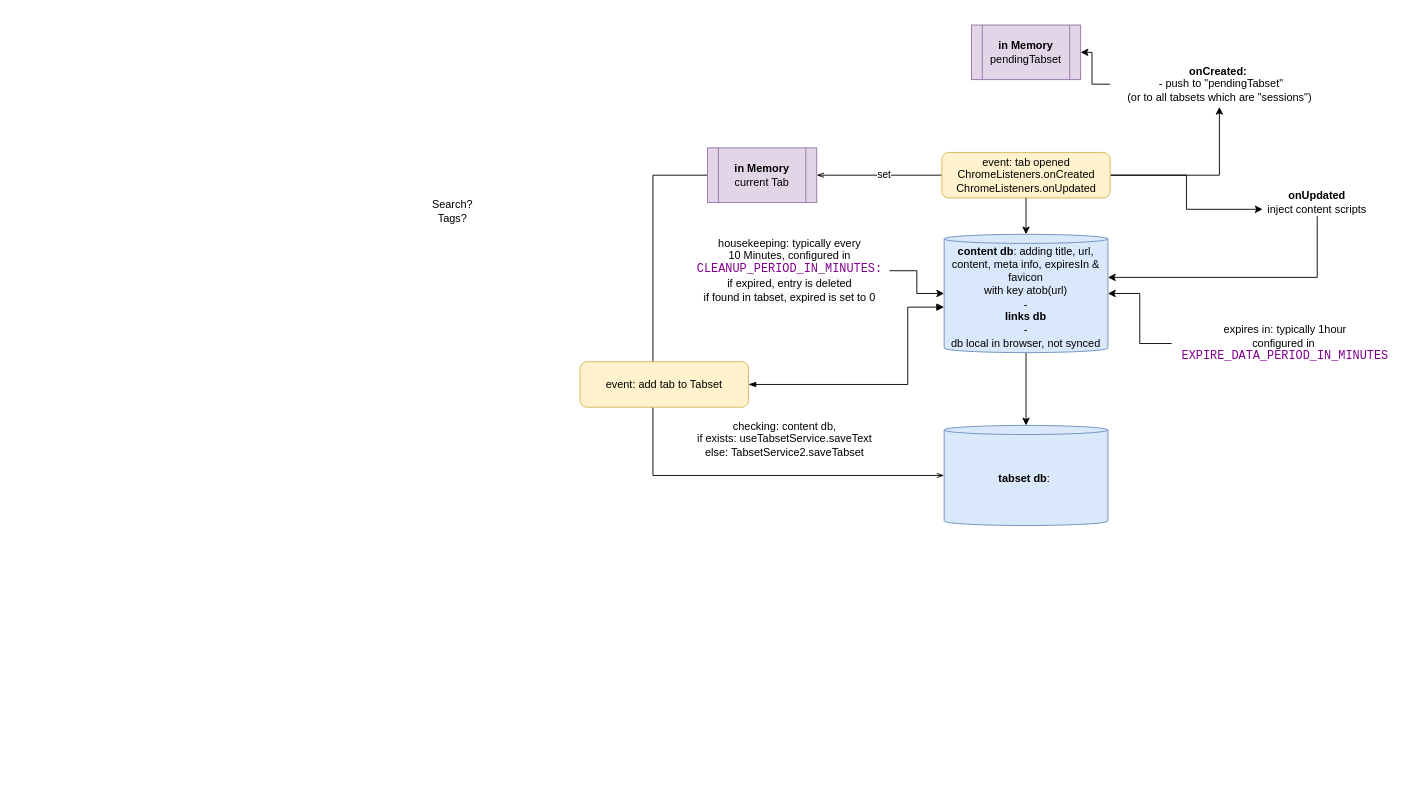
Earlier version of the draw.io diagram docs/drawio/test.drawio (evandor/tabsets). Source tidied: cells renumbered, new cells numbered last; positions are measured from the earlier drawing's top-left corner, leaving out a move shared by most shapes. Both pictures are drawn from the tidied source at 91%, with x=0, y=0 at pixel (425, 25).
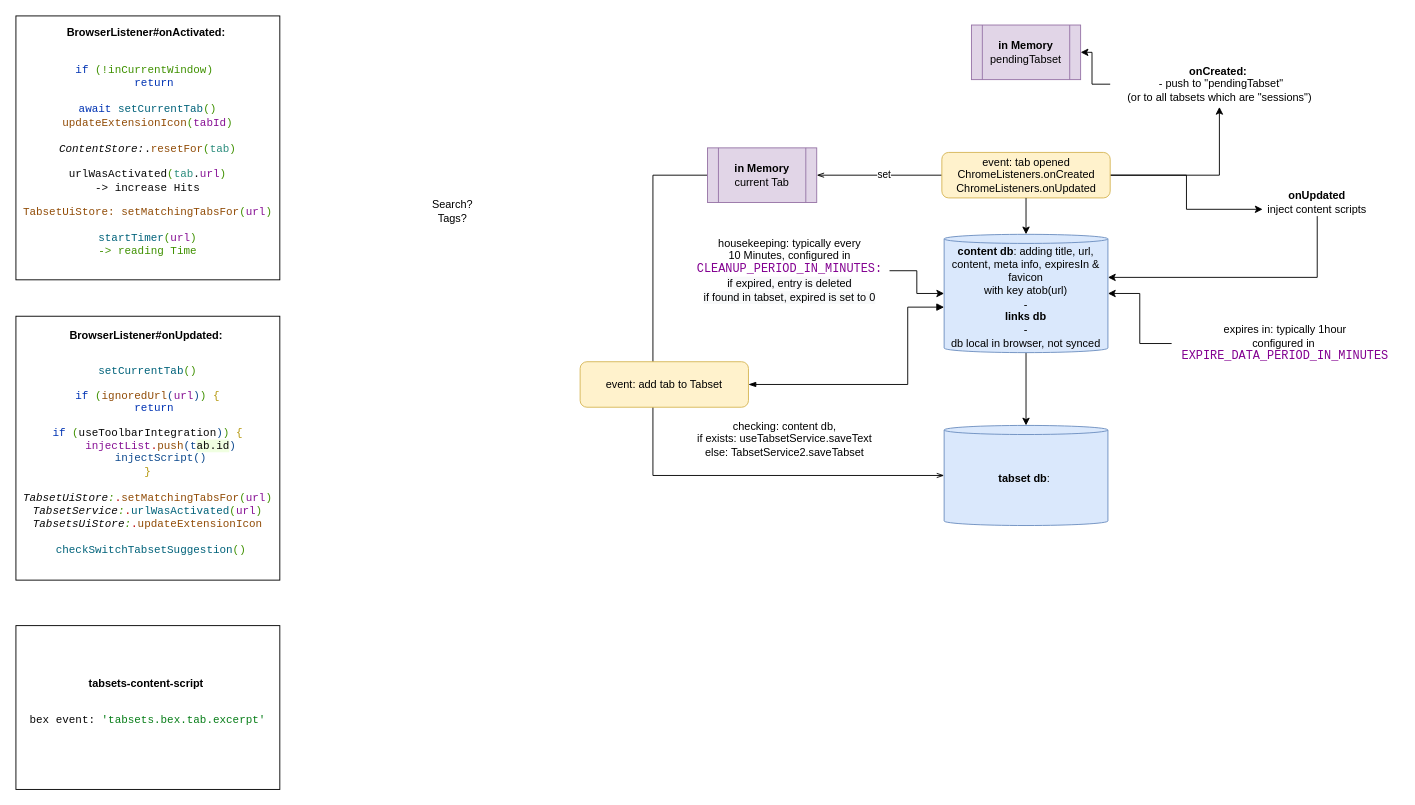
The same page after the edit.

The edit, as a diff of the source:
```diff
@@
+    <mxCell id="26" value="&lt;b&gt;tabsets-content-script&amp;nbsp;&lt;br&gt;&lt;/b&gt;&amp;nbsp;&lt;div&gt;&lt;div style=&quot;background-color: rgb(255, 255, 255); color: rgb(8, 8, 8);&quot;&gt;&lt;pre style=&quot;font-family: &amp;quot;JetBrains Mono&amp;quot;, monospace;&quot;&gt;&lt;font&gt;bex &lt;/font&gt;event&lt;span style=&quot;color: rgb(8, 8, 8); background-color: light-dark(rgb(255, 255, 255), rgb(18, 18, 18)); white-space: normal;&quot;&gt;:&amp;nbsp;&lt;/span&gt;&lt;span style=&quot;background-color: light-dark(rgb(255, 255, 255), rgb(18, 18, 18)); white-space: normal; color: rgb(6, 125, 23);&quot;&gt;'tabsets.bex.tab.excerpt'&lt;/span&gt;&lt;/pre&gt;&lt;/div&gt;&lt;/div&gt;" style="rounded=0;whiteSpace=wrap;html=1;" parent="1" vertex="1">
+      <mxGeometry x="-450" y="660" width="290" height="180" as="geometry" />
+    </mxCell>
+    <mxCell id="27" value="&lt;b&gt;BrowserListener#onActivated:&amp;nbsp;&lt;br&gt;&lt;/b&gt;&amp;nbsp;&lt;div&gt;&lt;div style=&quot;background-color: rgb(255, 255, 255); color: rgb(8, 8, 8);&quot;&gt;&lt;pre style=&quot;font-family: &amp;quot;JetBrains Mono&amp;quot;, monospace;&quot;&gt;&lt;span style=&quot;color: rgb(0, 51, 179);&quot;&gt;if &lt;/span&gt;&lt;span style=&quot;color: rgb(63, 145, 1);&quot;&gt;(&lt;/span&gt;&lt;span style=&quot;color: rgb(63, 145, 1);&quot;&gt;&lt;font&gt;!inCurrentWindow&lt;/font&gt;&lt;/span&gt;&lt;span style=&quot;color: rgb(63, 145, 1);&quot;&gt;) &lt;/span&gt;&lt;span style=&quot;color: rgb(188, 11, 162);&quot;&gt;&lt;br&gt;&lt;/span&gt;&lt;span style=&quot;color: rgb(188, 11, 162);&quot;&gt;  &lt;/span&gt;&lt;span style=&quot;color: rgb(0, 51, 179);&quot;&gt;return&lt;br&gt;&lt;/span&gt;&lt;span style=&quot;color: rgb(188, 11, 162);&quot;&gt;&lt;br&gt;&lt;/span&gt;&lt;span style=&quot;color: rgb(0, 51, 179);&quot;&gt;await &lt;/span&gt;&lt;span style=&quot;color: rgb(0, 98, 122);&quot;&gt;setCurrentTab&lt;/span&gt;&lt;span style=&quot;color: rgb(63, 145, 1);&quot;&gt;()&lt;br&gt;&lt;/span&gt;&lt;span style=&quot;color: rgb(145, 76, 7);&quot;&gt;updateExtensionIcon&lt;/span&gt;&lt;span style=&quot;color: rgb(63, 145, 1);&quot;&gt;(&lt;/span&gt;&lt;span style=&quot;color: rgb(135, 16, 148);&quot;&gt;tabId&lt;/span&gt;&lt;span style=&quot;color: rgb(63, 145, 1);&quot;&gt;)&lt;br&gt;&lt;/span&gt;&lt;span style=&quot;color: rgb(140, 140, 140); font-style: italic;&quot;&gt;&lt;br&gt;&lt;/span&gt;&lt;font&gt;&lt;i&gt;ContentStore:&lt;/i&gt;&lt;/font&gt;&lt;font&gt;.&lt;/font&gt;&lt;span style=&quot;color: rgb(145, 76, 7);&quot;&gt;resetFor&lt;/span&gt;&lt;span style=&quot;color: rgb(63, 145, 1);&quot;&gt;(&lt;/span&gt;&lt;span style=&quot;color: rgb(42, 140, 124);&quot;&gt;tab&lt;/span&gt;&lt;span style=&quot;color: rgb(63, 145, 1);&quot;&gt;)&lt;br&gt;&lt;/span&gt;&lt;br&gt;urlWasActivated&lt;span style=&quot;background-color: light-dark(rgb(255, 255, 255), rgb(18, 18, 18)); white-space: normal; color: rgb(63, 145, 1);&quot;&gt;(&lt;/span&gt;&lt;span style=&quot;background-color: light-dark(rgb(255, 255, 255), rgb(18, 18, 18)); white-space: normal; color: rgb(42, 140, 124);&quot;&gt;tab&lt;/span&gt;&lt;font style=&quot;background-color: light-dark(rgb(255, 255, 255), rgb(18, 18, 18)); white-space: normal;&quot;&gt;.&lt;/font&gt;&lt;span style=&quot;background-color: light-dark(rgb(255, 255, 255), rgb(18, 18, 18)); white-space: normal; color: rgb(135, 16, 148);&quot;&gt;url&lt;/span&gt;&lt;span style=&quot;background-color: light-dark(rgb(255, 255, 255), rgb(18, 18, 18)); white-space: normal; color: rgb(63, 145, 1);&quot;&gt;)&lt;br&gt;&lt;/span&gt;-&amp;gt; increase Hits&lt;/pre&gt;&lt;pre style=&quot;font-family: &amp;quot;JetBrains Mono&amp;quot;, monospace;&quot;&gt;&lt;span style=&quot;color: rgb(145, 76, 7);&quot;&gt;TabsetUiStore: setMatchingTabsFor&lt;/span&gt;&lt;span style=&quot;color: rgb(63, 145, 1);&quot;&gt;(&lt;/span&gt;&lt;span style=&quot;color: rgb(135, 16, 148);&quot;&gt;url&lt;/span&gt;&lt;span style=&quot;color: rgb(63, 145, 1);&quot;&gt;)&lt;/span&gt;&lt;span style=&quot;color: rgb(63, 145, 1);&quot;&gt;&lt;br&gt;&lt;/span&gt;&lt;span style=&quot;color: rgb(0, 98, 122);&quot;&gt;&lt;br&gt;startTimer&lt;/span&gt;&lt;span style=&quot;color: rgb(63, 145, 1);&quot;&gt;(&lt;/span&gt;&lt;span style=&quot;color: rgb(135, 16, 148);&quot;&gt;url&lt;/span&gt;&lt;span style=&quot;color: rgb(63, 145, 1);&quot;&gt;)&lt;br&gt;-&amp;gt; reading Time&lt;/span&gt;&lt;/pre&gt;&lt;/div&gt;&lt;/div&gt;" style="whiteSpace=wrap;html=1;" parent="1" vertex="1">
+      <mxGeometry x="-450" y="-10" width="290" height="290" as="geometry" />
+    </mxCell>
+    <mxCell id="28" value="&lt;b&gt;BrowserListener#onUpdated:&amp;nbsp;&lt;br&gt;&lt;/b&gt;&amp;nbsp;&lt;div&gt;&lt;div style=&quot;background-color: rgb(255, 255, 255); color: rgb(8, 8, 8);&quot;&gt;&lt;pre style=&quot;color: light-dark(rgb(8, 8, 8), rgb(230, 230, 230)); font-family: &amp;quot;JetBrains Mono&amp;quot;, monospace;&quot;&gt;&lt;span style=&quot;color: rgb(0, 98, 122);&quot;&gt;setCurrentTab&lt;/span&gt;&lt;span style=&quot;color: rgb(63, 145, 1);&quot;&gt;()&lt;/span&gt;&lt;/pre&gt;&lt;pre style=&quot;color: light-dark(rgb(8, 8, 8), rgb(230, 230, 230)); font-family: &amp;quot;JetBrains Mono&amp;quot;, monospace;&quot;&gt;&lt;div&gt;&lt;pre style=&quot;font-family:'JetBrains Mono',monospace;font-size:9,8pt;&quot;&gt;&lt;span style=&quot;color: rgb(0, 51, 179);&quot;&gt;if &lt;/span&gt;&lt;span style=&quot;color: rgb(63, 145, 1);&quot;&gt;(&lt;/span&gt;&lt;span style=&quot;color: rgb(145, 76, 7);&quot;&gt;ignoredUrl&lt;/span&gt;&lt;span style=&quot;color: rgb(14, 74, 142);&quot;&gt;(&lt;/span&gt;&lt;span style=&quot;color: rgb(135, 16, 148);&quot;&gt;url&lt;/span&gt;&lt;span style=&quot;color: rgb(14, 74, 142);&quot;&gt;)&lt;/span&gt;&lt;span style=&quot;color: rgb(63, 145, 1);&quot;&gt;) &lt;/span&gt;&lt;span style=&quot;color: rgb(180, 150, 10);&quot;&gt;{&lt;br&gt;&lt;/span&gt;&lt;span style=&quot;color: rgb(180, 150, 10);&quot;&gt;  &lt;/span&gt;&lt;span style=&quot;color: rgb(0, 51, 179);&quot;&gt;return&lt;/span&gt;&lt;/pre&gt;&lt;/div&gt;&lt;/pre&gt;&lt;pre style=&quot;font-family: &amp;quot;JetBrains Mono&amp;quot;, monospace;&quot;&gt;&lt;div style=&quot;&quot;&gt;&lt;pre style=&quot;font-family: &amp;quot;JetBrains Mono&amp;quot;, monospace;&quot;&gt;&lt;span style=&quot;color: rgb(0, 51, 179);&quot;&gt;if &lt;/span&gt;&lt;span style=&quot;color: rgb(63, 145, 1);&quot;&gt;(&lt;/span&gt;&lt;font color=&quot;#080808&quot;&gt;useToolbarIntegration&lt;/font&gt;&lt;span style=&quot;color: rgb(14, 74, 142);&quot;&gt;)&lt;/span&gt;&lt;span style=&quot;color: rgb(63, 145, 1);&quot;&gt;) &lt;/span&gt;&lt;span style=&quot;color: rgb(180, 150, 10);&quot;&gt;{&lt;br&gt;&lt;/span&gt;&lt;span style=&quot;color: rgb(180, 150, 10);&quot;&gt;  &lt;/span&gt;&lt;span style=&quot;color: rgb(140, 140, 140); font-style: italic;&quot;&gt;  &lt;/span&gt;&lt;span style=&quot;color: rgb(135, 16, 148);&quot;&gt;injectList&lt;/span&gt;&lt;font color=&quot;rgba(0, 0, 0, 0)&quot;&gt;.&lt;/font&gt;&lt;span style=&quot;color: rgb(145, 76, 7);&quot;&gt;push&lt;/span&gt;&lt;span style=&quot;color: rgb(14, 74, 142);&quot;&gt;(t&lt;/span&gt;&lt;span style=&quot;color: light-dark(rgb(8, 8, 8), rgb(230, 230, 230)); background-color: rgb(240, 255, 225);&quot;&gt;ab.id&lt;/span&gt;&lt;span style=&quot;color: rgb(14, 74, 142);&quot;&gt;)&lt;br&gt;&lt;/span&gt;&lt;span style=&quot;color: rgb(14, 74, 142);&quot;&gt;  &lt;/span&gt;&lt;span style=&quot;color: rgb(14, 74, 142);&quot;&gt;  injectScript()&lt;/span&gt;&lt;span style=&quot;color: rgb(140, 140, 140); font-style: italic;&quot;&gt;&lt;br&gt;&lt;/span&gt;&lt;span style=&quot;color: rgb(180, 150, 10);&quot;&gt;}&lt;br&gt;&lt;br&gt;&lt;/span&gt;&lt;span style=&quot;color: rgb(63, 145, 1);&quot;&gt;&lt;i style=&quot;&quot;&gt;&lt;font color=&quot;#080808&quot;&gt;TabsetUiStore&lt;/font&gt;&lt;font color=&quot;#3f9101&quot;&gt;:&lt;/font&gt;&lt;/i&gt;&lt;/span&gt;&lt;font color=&quot;rgba(0, 0, 0, 0)&quot;&gt;.&lt;/font&gt;&lt;span style=&quot;color: rgb(145, 76, 7);&quot;&gt;setMatchingTabsFor&lt;/span&gt;&lt;span style=&quot;color: rgb(63, 145, 1);&quot;&gt;(&lt;/span&gt;&lt;span style=&quot;color: rgb(135, 16, 148);&quot;&gt;url&lt;/span&gt;&lt;span style=&quot;color: rgb(63, 145, 1);&quot;&gt;)&lt;br&gt;&lt;/span&gt;&lt;span style=&quot;color: light-dark(rgb(8, 8, 8), rgb(230, 230, 230)); font-style: italic;&quot;&gt;TabsetService&lt;/span&gt;&lt;span style=&quot;font-style: italic;&quot;&gt;&lt;font color=&quot;#3f9101&quot;&gt;:&lt;/font&gt;&lt;/span&gt;&lt;font color=&quot;rgba(0, 0, 0, 0)&quot;&gt;.&lt;/font&gt;&lt;span style=&quot;color: rgb(0, 98, 122);&quot;&gt;urlWasActivated&lt;/span&gt;&lt;span style=&quot;color: rgb(63, 145, 1);&quot;&gt;(&lt;/span&gt;&lt;span style=&quot;color: rgb(135, 16, 148);&quot;&gt;url&lt;/span&gt;&lt;span style=&quot;color: rgb(63, 145, 1);&quot;&gt;)&lt;br&gt;&lt;/span&gt;&lt;span style=&quot;color: light-dark(rgb(8, 8, 8), rgb(230, 230, 230)); font-style: italic;&quot;&gt;TabsetsUiStore&lt;/span&gt;&lt;span style=&quot;font-style: italic;&quot;&gt;&lt;font color=&quot;#3f9101&quot;&gt;:&lt;/font&gt;&lt;/span&gt;&lt;font color=&quot;rgba(0, 0, 0, 0)&quot;&gt;.&lt;/font&gt;&lt;span style=&quot;color: rgb(145, 76, 7);&quot;&gt;updateExtensionIcon&lt;/span&gt;&lt;span style=&quot;color: rgb(63, 145, 1);&quot;&gt;&lt;br&gt;&lt;/span&gt;&lt;span style=&quot;color: rgb(63, 145, 1);&quot;&gt;&lt;br&gt;&lt;/span&gt;&lt;span style=&quot;color: rgb(0, 51, 179);&quot;&gt; &lt;/span&gt;&lt;span style=&quot;color: rgb(0, 98, 122);&quot;&gt;checkSwitchTabsetSuggestion&lt;/span&gt;&lt;span style=&quot;color: rgb(63, 145, 1);&quot;&gt;(&lt;/span&gt;&lt;span style=&quot;color: rgb(63, 145, 1);&quot;&gt;)&lt;/span&gt;&lt;/pre&gt;&lt;/div&gt;&lt;/pre&gt;&lt;/div&gt;&lt;/div&gt;" style="whiteSpace=wrap;html=1;" parent="1" vertex="1">
+      <mxGeometry x="-450" y="320" width="290" height="290" as="geometry" />
+    </mxCell>
```
